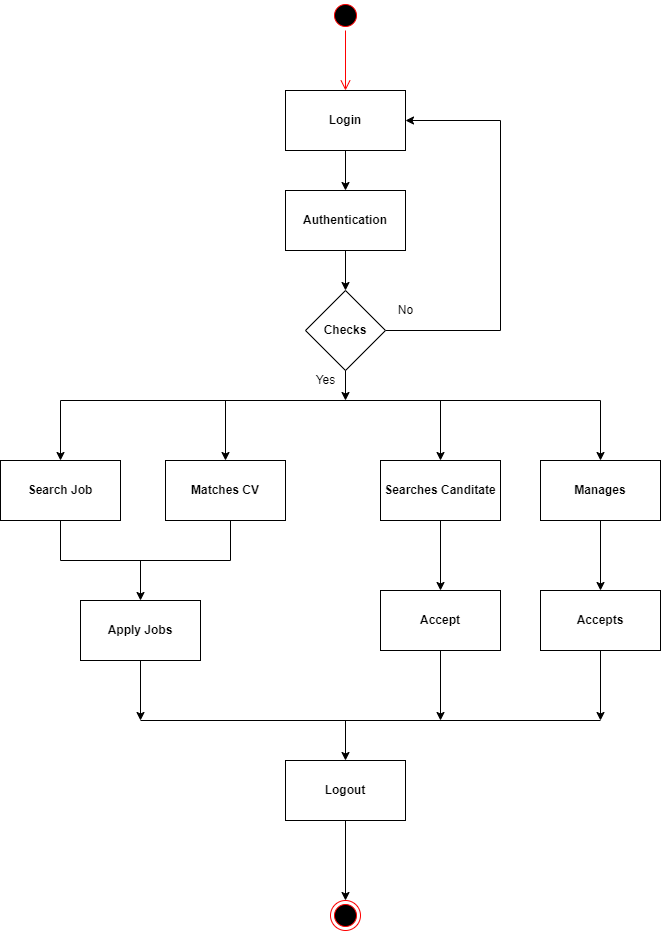
The draw.io diagram java-basics/02-12-2021/UML diagrams/Online Job Portal/Activity Diagram.drawio.png in MuniswamiKokila/UST-prograd-training, before a commit. Source tidied: cells renumbered, new cells last; positions are measured from the earlier drawing's top-left corner, leaving out a move shared by most shapes.
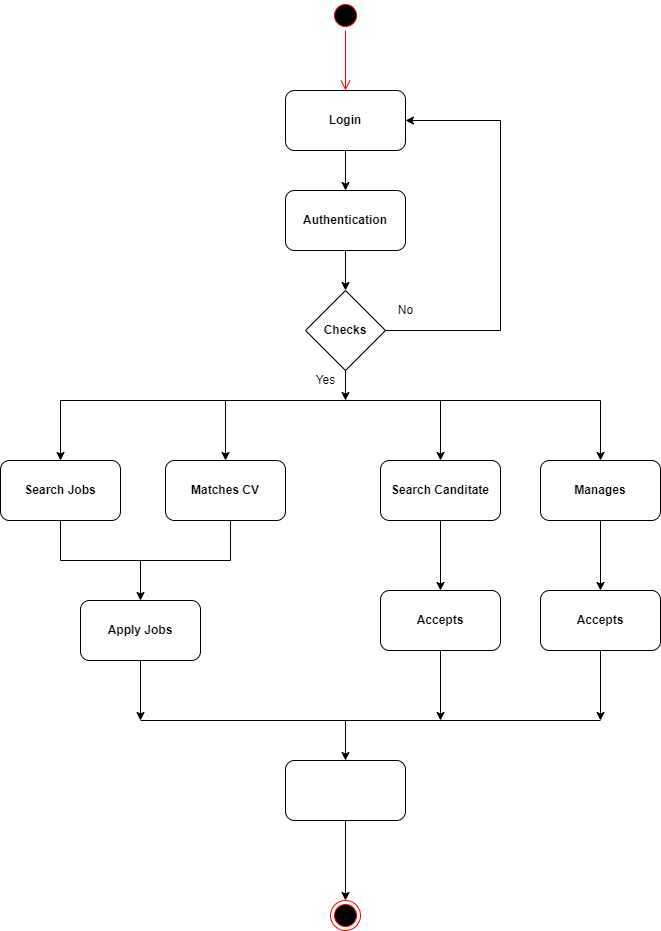
The same file after the commit.

What changed in the source:
```diff
@@ -10,14 +10,9 @@
         <mxPoint x="345" y="90" as="targetPoint" />
       </mxGeometry>
     </mxCell>
-    <mxCell id="4" value="&lt;b&gt;Login&lt;/b&gt;" style="rounded=0;whiteSpace=wrap;html=1;" parent="1" vertex="1">
-      <mxGeometry x="285" y="90" width="120" height="60" as="geometry" />
-    </mxCell>
-    <mxCell id="5" value="&lt;b&gt;Authentication&lt;/b&gt;" style="rounded=0;whiteSpace=wrap;html=1;" parent="1" vertex="1">
-      <mxGeometry x="285" y="190" width="120" height="60" as="geometry" />
-    </mxCell>
-    <mxCell id="6" style="edgeStyle=orthogonalEdgeStyle;rounded=0;jettySize=auto;html=1;entryX=1;entryY=0.5;entryDx=0;entryDy=0;" parent="1" edge="1" source="7" target="4">
+    <mxCell id="6" style="edgeStyle=orthogonalEdgeStyle;rounded=0;jettySize=auto;html=1;entryX=1;entryY=0.5;entryDx=0;entryDy=0;" parent="1" edge="1" source="7">
       <mxGeometry relative="1" as="geometry">
+        <mxPoint x="405" y="120" as="targetPoint" />
         <Array as="points">
           <mxPoint x="500" y="330" />
           <mxPoint x="500" y="120" />
@@ -27,72 +22,62 @@
     <mxCell id="7" value="&lt;b&gt;Checks&lt;/b&gt;" style="rhombus;whiteSpace=wrap;html=1;" parent="1" vertex="1">
       <mxGeometry x="305" y="290" width="80" height="80" as="geometry" />
     </mxCell>
-    <mxCell id="8" value="&lt;b&gt;Search Job&lt;/b&gt;" style="rounded=0;whiteSpace=wrap;html=1;" parent="1" vertex="1">
-      <mxGeometry y="460" width="120" height="60" as="geometry" />
-    </mxCell>
-    <mxCell id="9" value="&lt;b&gt;Matches CV&lt;/b&gt;" style="rounded=0;whiteSpace=wrap;html=1;" parent="1" vertex="1">
-      <mxGeometry x="165" y="460" width="120" height="60" as="geometry" />
-    </mxCell>
-    <mxCell id="10" value="&lt;b&gt;Searches Canditate&lt;/b&gt;" style="rounded=0;whiteSpace=wrap;html=1;" parent="1" vertex="1">
-      <mxGeometry x="380" y="460" width="120" height="60" as="geometry" />
-    </mxCell>
-    <mxCell id="11" value="&lt;b&gt;Manages&lt;/b&gt;" style="rounded=0;whiteSpace=wrap;html=1;" parent="1" vertex="1">
-      <mxGeometry x="540" y="460" width="120" height="60" as="geometry" />
-    </mxCell>
-    <mxCell id="12" style="edgeStyle=orthogonalEdgeStyle;rounded=0;jettySize=auto;html=1;" parent="1" edge="1" source="13">
+    <mxCell id="12" style="edgeStyle=orthogonalEdgeStyle;rounded=0;orthogonalLoop=1;jettySize=auto;html=1;" parent="1" edge="1">
       <mxGeometry relative="1" as="geometry">
+        <mxPoint x="140" y="660" as="sourcePoint" />
         <mxPoint x="140" y="720" as="targetPoint" />
       </mxGeometry>
     </mxCell>
-    <mxCell id="13" value="&lt;b&gt;Apply Jobs&lt;/b&gt;" style="rounded=0;whiteSpace=wrap;html=1;" parent="1" vertex="1">
-      <mxGeometry x="80" y="600" width="120" height="60" as="geometry" />
-    </mxCell>
-    <mxCell id="14" style="edgeStyle=orthogonalEdgeStyle;rounded=0;jettySize=auto;html=1;" parent="1" edge="1" source="15">
+    <mxCell id="14" style="edgeStyle=orthogonalEdgeStyle;rounded=0;orthogonalLoop=1;jettySize=auto;html=1;" parent="1" edge="1">
       <mxGeometry relative="1" as="geometry">
+        <mxPoint x="440" y="650" as="sourcePoint" />
         <mxPoint x="440" y="720" as="targetPoint" />
       </mxGeometry>
     </mxCell>
-    <mxCell id="15" value="&lt;b&gt;Accept&lt;/b&gt;" style="rounded=0;whiteSpace=wrap;html=1;" parent="1" vertex="1">
-      <mxGeometry x="380" y="590" width="120" height="60" as="geometry" />
-    </mxCell>
-    <mxCell id="16" style="edgeStyle=orthogonalEdgeStyle;rounded=0;jettySize=auto;html=1;" parent="1" edge="1" source="17">
+    <mxCell id="16" style="edgeStyle=orthogonalEdgeStyle;rounded=0;orthogonalLoop=1;jettySize=auto;html=1;" parent="1" edge="1">
       <mxGeometry relative="1" as="geometry">
+        <mxPoint x="600" y="650" as="sourcePoint" />
         <mxPoint x="600" y="720" as="targetPoint" />
       </mxGeometry>
     </mxCell>
-    <mxCell id="17" value="&lt;b&gt;Accepts&lt;/b&gt;" style="rounded=0;whiteSpace=wrap;html=1;" parent="1" vertex="1">
-      <mxGeometry x="540" y="590" width="120" height="60" as="geometry" />
-    </mxCell>
-    <mxCell id="18" style="edgeStyle=orthogonalEdgeStyle;rounded=0;jettySize=auto;html=1;" parent="1" edge="1" source="19" target="36">
-      <mxGeometry relative="1" as="geometry" />
+    <mxCell id="18" style="edgeStyle=orthogonalEdgeStyle;rounded=0;jettySize=auto;html=1;" parent="1" edge="1" target="36">
+      <mxGeometry relative="1" as="geometry">
+        <mxPoint x="345" y="820" as="sourcePoint" />
+      </mxGeometry>
     </mxCell>
-    <mxCell id="19" value="&lt;b&gt;Logout&lt;/b&gt;" style="rounded=0;whiteSpace=wrap;html=1;" parent="1" vertex="1">
-      <mxGeometry x="285" y="760" width="120" height="60" as="geometry" />
-    </mxCell>
-    <mxCell id="20" style="endArrow=classic;html=1;rounded=0;exitX=0.5;exitY=1;exitDx=0;exitDy=0;entryX=0.5;entryY=0;entryDx=0;entryDy=0;" parent="1" edge="1" source="4" target="5">
-      <mxGeometry relative="1" as="geometry" />
+    <mxCell id="20" style="endArrow=classic;html=1;rounded=0;exitX=0.5;exitY=1;exitDx=0;exitDy=0;entryX=0.5;entryY=0;entryDx=0;entryDy=0;" parent="1" edge="1">
+      <mxGeometry relative="1" as="geometry">
+        <mxPoint x="345" y="150" as="sourcePoint" />
+        <mxPoint x="345" y="190" as="targetPoint" />
+      </mxGeometry>
     </mxCell>
-    <mxCell id="21" style="endArrow=classic;html=1;rounded=0;entryX=0.5;entryY=0;entryDx=0;entryDy=0;exitX=0.5;exitY=1;exitDx=0;exitDy=0;" parent="1" edge="1" source="5" target="7">
-      <mxGeometry relative="1" as="geometry" />
+    <mxCell id="21" style="endArrow=classic;html=1;rounded=0;entryX=0.5;entryY=0;entryDx=0;entryDy=0;exitX=0.5;exitY=1;exitDx=0;exitDy=0;" parent="1" edge="1" target="7">
+      <mxGeometry relative="1" as="geometry">
+        <mxPoint x="345" y="250" as="sourcePoint" />
+      </mxGeometry>
     </mxCell>
-    <mxCell id="22" style="endArrow=classic;html=1;rounded=0;entryX=0.5;entryY=0;entryDx=0;entryDy=0;" parent="1" edge="1" target="8">
+    <mxCell id="22" style="endArrow=classic;html=1;rounded=0;entryX=0.5;entryY=0;entryDx=0;entryDy=0;" parent="1" edge="1">
       <mxGeometry relative="1" as="geometry">
         <mxPoint x="60" y="400" as="sourcePoint" />
+        <mxPoint x="60" y="460" as="targetPoint" />
       </mxGeometry>
     </mxCell>
-    <mxCell id="23" style="endArrow=classic;html=1;rounded=0;entryX=0.5;entryY=0;entryDx=0;entryDy=0;" parent="1" edge="1" target="9">
+    <mxCell id="23" style="endArrow=classic;html=1;rounded=0;entryX=0.5;entryY=0;entryDx=0;entryDy=0;" parent="1" edge="1">
       <mxGeometry relative="1" as="geometry">
         <mxPoint x="225" y="400" as="sourcePoint" />
+        <mxPoint x="225" y="460" as="targetPoint" />
       </mxGeometry>
     </mxCell>
-    <mxCell id="24" style="endArrow=classic;html=1;rounded=0;entryX=0.5;entryY=0;entryDx=0;entryDy=0;" parent="1" edge="1" target="10">
+    <mxCell id="24" style="endArrow=classic;html=1;rounded=0;entryX=0.5;entryY=0;entryDx=0;entryDy=0;" parent="1" edge="1">
       <mxGeometry relative="1" as="geometry">
         <mxPoint x="440" y="400" as="sourcePoint" />
+        <mxPoint x="440" y="460" as="targetPoint" />
       </mxGeometry>
     </mxCell>
-    <mxCell id="25" style="endArrow=classic;html=1;rounded=0;entryX=0.5;entryY=0;entryDx=0;entryDy=0;" parent="1" edge="1" target="11">
+    <mxCell id="25" style="endArrow=classic;html=1;rounded=0;entryX=0.5;entryY=0;entryDx=0;entryDy=0;" parent="1" edge="1">
       <mxGeometry relative="1" as="geometry">
         <mxPoint x="600" y="400" as="sourcePoint" />
+        <mxPoint x="600" y="460" as="targetPoint" />
       </mxGeometry>
     </mxCell>
     <mxCell id="26" style="endArrow=none;html=1;rounded=0;" parent="1" edge="1">
@@ -112,9 +97,10 @@
         <mxPoint x="230" y="560" as="targetPoint" />
       </mxGeometry>
     </mxCell>
-    <mxCell id="29" style="endArrow=none;html=1;rounded=0;entryX=0.5;entryY=1;entryDx=0;entryDy=0;" parent="1" edge="1" target="8">
+    <mxCell id="29" style="endArrow=none;html=1;rounded=0;entryX=0.5;entryY=1;entryDx=0;entryDy=0;" parent="1" edge="1">
       <mxGeometry relative="1" as="geometry">
         <mxPoint x="60" y="560" as="sourcePoint" />
+        <mxPoint x="60" y="520" as="targetPoint" />
       </mxGeometry>
     </mxCell>
     <mxCell id="30" style="endArrow=none;html=1;rounded=0;" parent="1" edge="1">
@@ -123,16 +109,23 @@
         <mxPoint x="230" y="520" as="targetPoint" />
       </mxGeometry>
     </mxCell>
-    <mxCell id="31" style="endArrow=classic;html=1;rounded=0;entryX=0.5;entryY=0;entryDx=0;entryDy=0;" parent="1" edge="1" target="13">
+    <mxCell id="31" style="endArrow=classic;html=1;rounded=0;entryX=0.5;entryY=0;entryDx=0;entryDy=0;" parent="1" edge="1">
       <mxGeometry relative="1" as="geometry">
         <mxPoint x="140" y="560" as="sourcePoint" />
+        <mxPoint x="140" y="600" as="targetPoint" />
       </mxGeometry>
     </mxCell>
-    <mxCell id="32" style="endArrow=classic;html=1;rounded=0;exitX=0.5;exitY=1;exitDx=0;exitDy=0;entryX=0.5;entryY=0;entryDx=0;entryDy=0;" parent="1" edge="1" source="10" target="15">
-      <mxGeometry relative="1" as="geometry" />
+    <mxCell id="32" style="endArrow=classic;html=1;rounded=0;exitX=0.5;exitY=1;exitDx=0;exitDy=0;entryX=0.5;entryY=0;entryDx=0;entryDy=0;" parent="1" edge="1">
+      <mxGeometry relative="1" as="geometry">
+        <mxPoint x="440" y="520" as="sourcePoint" />
+        <mxPoint x="440" y="590" as="targetPoint" />
+      </mxGeometry>
     </mxCell>
-    <mxCell id="33" style="endArrow=classic;html=1;rounded=0;exitX=0.5;exitY=1;exitDx=0;exitDy=0;" parent="1" edge="1" source="11" target="17">
-      <mxGeometry relative="1" as="geometry" />
+    <mxCell id="33" style="endArrow=classic;html=1;rounded=0;exitX=0.5;exitY=1;exitDx=0;exitDy=0;" parent="1" edge="1">
+      <mxGeometry relative="1" as="geometry">
+        <mxPoint x="600" y="520" as="sourcePoint" />
+        <mxPoint x="600" y="590" as="targetPoint" />
+      </mxGeometry>
     </mxCell>
     <mxCell id="34" style="endArrow=none;html=1;rounded=0;" parent="1" edge="1">
       <mxGeometry relative="1" as="geometry">
@@ -140,9 +133,10 @@
         <mxPoint x="600" y="720" as="targetPoint" />
       </mxGeometry>
     </mxCell>
-    <mxCell id="35" style="endArrow=classic;html=1;rounded=0;entryX=0.5;entryY=0;entryDx=0;entryDy=0;" parent="1" edge="1" target="19">
+    <mxCell id="35" style="endArrow=classic;html=1;rounded=0;entryX=0.5;entryY=0;entryDx=0;entryDy=0;" parent="1" edge="1">
       <mxGeometry relative="1" as="geometry">
         <mxPoint x="345" y="720" as="sourcePoint" />
+        <mxPoint x="345" y="760" as="targetPoint" />
       </mxGeometry>
     </mxCell>
     <mxCell id="36" style="ellipse;html=1;shape=endState;fillColor=#000000;strokeColor=#ff0000;" parent="1" vertex="1">
@@ -154,5 +148,35 @@
     <mxCell id="38" value="No" style="text;html=1;align=center;verticalAlign=middle;fillColor=none;strokeColor=none;rounded=0;" parent="1" vertex="1">
       <mxGeometry x="390" y="300" width="30" height="20" as="geometry" />
     </mxCell>
+    <mxCell id="4" value="&lt;b&gt;Login&lt;/b&gt;" style="rounded=1;whiteSpace=wrap;html=1;" parent="1" vertex="1">
+      <mxGeometry x="285" y="90" width="120" height="60" as="geometry" />
+    </mxCell>
+    <mxCell id="5" value="&lt;b&gt;Authentication&lt;/b&gt;" style="rounded=1;whiteSpace=wrap;html=1;" parent="1" vertex="1">
+      <mxGeometry x="285" y="190" width="120" height="60" as="geometry" />
+    </mxCell>
+    <mxCell id="39" value="&lt;b&gt;Search Jobs&lt;/b&gt;" style="rounded=1;whiteSpace=wrap;html=1;" parent="1" vertex="1">
+      <mxGeometry y="460" width="120" height="60" as="geometry" />
+    </mxCell>
+    <mxCell id="9" value="&lt;b&gt;Matches CV&lt;/b&gt;" style="rounded=1;whiteSpace=wrap;html=1;" parent="1" vertex="1">
+      <mxGeometry x="165" y="460" width="120" height="60" as="geometry" />
+    </mxCell>
+    <mxCell id="40" value="&lt;b&gt;Search Canditate&lt;/b&gt;" style="rounded=1;whiteSpace=wrap;html=1;" parent="1" vertex="1">
+      <mxGeometry x="380" y="460" width="120" height="60" as="geometry" />
+    </mxCell>
+    <mxCell id="11" value="&lt;b&gt;Manages&lt;/b&gt;" style="rounded=1;whiteSpace=wrap;html=1;" parent="1" vertex="1">
+      <mxGeometry x="540" y="460" width="120" height="60" as="geometry" />
+    </mxCell>
+    <mxCell id="13" value="&lt;b&gt;Apply Jobs&lt;/b&gt;" style="rounded=1;whiteSpace=wrap;html=1;" parent="1" vertex="1">
+      <mxGeometry x="80" y="600" width="120" height="60" as="geometry" />
+    </mxCell>
+    <mxCell id="41" value="&lt;b&gt;Accepts&lt;/b&gt;" style="rounded=1;whiteSpace=wrap;html=1;" parent="1" vertex="1">
+      <mxGeometry x="380" y="590" width="120" height="60" as="geometry" />
+    </mxCell>
+    <mxCell id="42" value="&lt;b&gt;Accepts&lt;/b&gt;" style="rounded=1;whiteSpace=wrap;html=1;" parent="1" vertex="1">
+      <mxGeometry x="540" y="590" width="120" height="60" as="geometry" />
+    </mxCell>
+    <mxCell id="43" style="rounded=1;whiteSpace=wrap;html=1;" parent="1" vertex="1">
+      <mxGeometry x="285" y="760" width="120" height="60" as="geometry" />
+    </mxCell>
   </root>
 </mxGraphModel>
```
